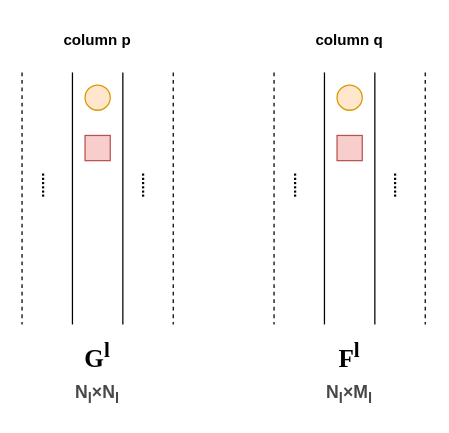
Before: 图像风格变换/2.drawio in dropsong/dl-ipynb-examples, a draw.io diagram. Source tidied: cells renumbered, new cells numbered last; positions are measured from the earlier drawing's top-left corner, leaving out a move shared by most shapes. Both pictures are drawn from the tidied source at 126%, with x=0, y=0 at pixel (9, 21).
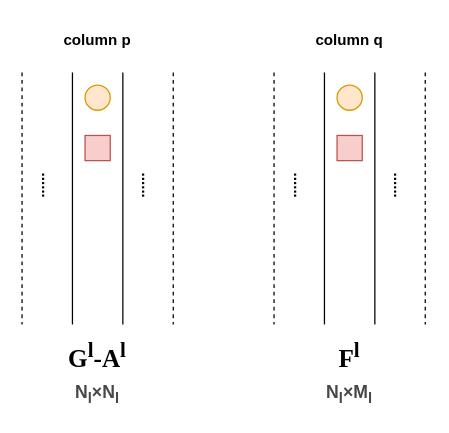
After the change.

Change to the diagram source:
```diff
@@
-    <mxCell id="6" value="&lt;font face=&quot;Times New Roman&quot; style=&quot;font-size: 20px;&quot;&gt;&lt;b&gt;G&lt;sup style=&quot;&quot;&gt;l&lt;/sup&gt;&lt;/b&gt;&lt;/font&gt;" style="text;html=1;align=center;verticalAlign=middle;whiteSpace=wrap;rounded=0;" parent="1" vertex="1">
+    <mxCell id="6" value="&lt;font face=&quot;Times New Roman&quot; style=&quot;font-size: 20px;&quot;&gt;&lt;b&gt;G&lt;sup&gt;l&lt;/sup&gt;-A&lt;sup style=&quot;&quot;&gt;l&lt;/sup&gt;&lt;/b&gt;&lt;/font&gt;" style="text;html=1;align=center;verticalAlign=middle;whiteSpace=wrap;rounded=0;" parent="1" vertex="1">
       <mxGeometry x="15" y="230" width="110" height="70" as="geometry" />
     </mxCell>
```
